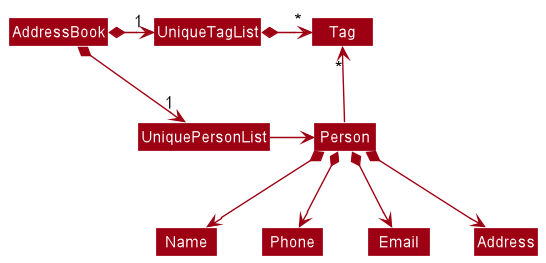
Earlier version of the PlantUML export docs/images/BetterModelClassDiagram.png (nus-cs2103-AY2223S1/tp).
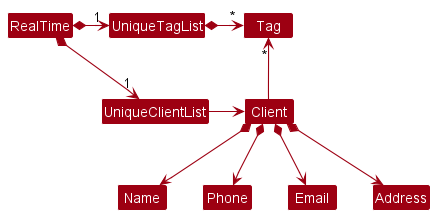
Above is the later version.

Diff of the diagram source:
```diff
@@ -4,18 +4,18 @@
 skinparam arrowColor MODEL_COLOR
 skinparam classBackgroundColor MODEL_COLOR
 
-AddressBook *-right-> "1" UniquePersonList
-AddressBook *-right-> "1" UniqueTagList
-UniqueTagList -[hidden]down- UniquePersonList
-UniqueTagList -[hidden]down- UniquePersonList
+RealTime *-right-> "1" UniqueClientList
+RealTime *-right-> "1" UniqueTagList
+UniqueTagList -[hidden]down- UniqueClientList
+UniqueTagList -[hidden]down- UniqueClientList
 
 UniqueTagList *-right-> "*" Tag
-UniquePersonList -right-> Person
+UniqueClientList -right-> Client
 
-Person -up-> "*" Tag
+Client -up-> "*" Tag
 
-Person *--> Name
-Person *--> Phone
-Person *--> Email
-Person *--> Address
+Client *--> Name
+Client *--> Phone
+Client *--> Email
+Client *--> Address
 @enduml
```
